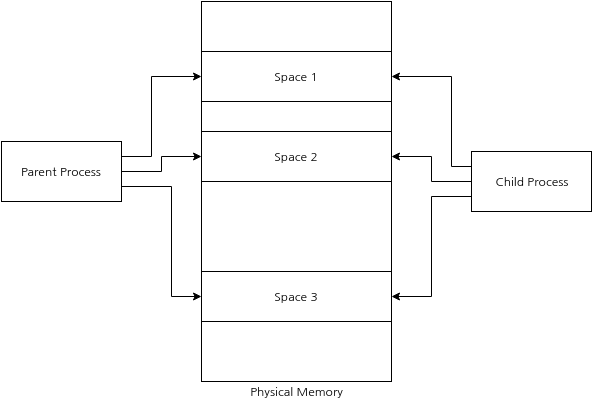
lsahn-gh/lsahn-gh.github.io keeps this draw.io diagram as imgs/cow01.png. Above is the earlier version. Source tidied: cells renumbered, new cells last; positions are measured from the earlier drawing's top-left corner, leaving out a move shared by most shapes. Source of this version:
```xml
<mxGraphModel background="#ffffff">
  <root>
    <mxCell id="0" />
    <mxCell id="1" parent="0" />
    <mxCell id="2" style="whiteSpace=wrap;html=1;rounded=0;verticalAlign=bottom;" parent="1" vertex="1">
      <mxGeometry x="200" width="190" height="380" as="geometry" />
    </mxCell>
    <mxCell id="3" value="Space 1" style="whiteSpace=wrap;html=1;rounded=0;" parent="1" vertex="1">
      <mxGeometry x="200" y="50" width="190" height="50" as="geometry" />
    </mxCell>
    <mxCell id="4" value="Space 2" style="whiteSpace=wrap;html=1;rounded=0;" parent="1" vertex="1">
      <mxGeometry x="200" y="130" width="190" height="50" as="geometry" />
    </mxCell>
    <mxCell id="5" value="Space 3" style="whiteSpace=wrap;html=1;rounded=0;" parent="1" vertex="1">
      <mxGeometry x="200" y="270" width="190" height="50" as="geometry" />
    </mxCell>
    <mxCell id="6" style="edgeStyle=orthogonalEdgeStyle;rounded=0;html=1;exitX=1;exitY=0.25;entryX=0;entryY=0.5;jettySize=auto;" parent="1" edge="1" source="9" target="3">
      <mxGeometry relative="1" as="geometry">
        <Array as="points">
          <mxPoint x="150" y="155" />
          <mxPoint x="150" y="75" />
        </Array>
      </mxGeometry>
    </mxCell>
    <mxCell id="7" style="edgeStyle=orthogonalEdgeStyle;rounded=0;html=1;exitX=1;exitY=0.5;entryX=0;entryY=0.5;jettySize=auto;" parent="1" edge="1" source="9" target="4">
      <mxGeometry relative="1" as="geometry">
        <Array as="points">
          <mxPoint x="160" y="170" />
          <mxPoint x="160" y="155" />
        </Array>
      </mxGeometry>
    </mxCell>
    <mxCell id="8" style="edgeStyle=orthogonalEdgeStyle;rounded=0;html=1;exitX=1;exitY=0.75;entryX=0;entryY=0.5;jettySize=auto;" parent="1" edge="1" source="9" target="5">
      <mxGeometry relative="1" as="geometry">
        <Array as="points">
          <mxPoint x="170" y="185" />
          <mxPoint x="170" y="295" />
        </Array>
      </mxGeometry>
    </mxCell>
    <mxCell id="9" value="Parent Process" style="rounded=0;whiteSpace=wrap;html=1;" parent="1" vertex="1">
      <mxGeometry y="140" width="120" height="60" as="geometry" />
    </mxCell>
    <mxCell id="10" style="edgeStyle=orthogonalEdgeStyle;rounded=0;html=1;exitX=0;exitY=0.25;entryX=1;entryY=0.5;jettySize=auto;" parent="1" edge="1" source="13" target="3">
      <mxGeometry relative="1" as="geometry">
        <Array as="points">
          <mxPoint x="450" y="165" />
          <mxPoint x="450" y="75" />
        </Array>
      </mxGeometry>
    </mxCell>
    <mxCell id="11" style="edgeStyle=orthogonalEdgeStyle;rounded=0;html=1;exitX=0;exitY=0.5;entryX=1;entryY=0.5;jettySize=auto;" parent="1" edge="1" source="13" target="4">
      <mxGeometry relative="1" as="geometry" />
    </mxCell>
    <mxCell id="12" style="edgeStyle=orthogonalEdgeStyle;rounded=0;html=1;exitX=0;exitY=0.75;entryX=1;entryY=0.5;jettySize=auto;" parent="1" edge="1" source="13" target="5">
      <mxGeometry relative="1" as="geometry" />
    </mxCell>
    <mxCell id="13" value="Child Process" style="rounded=0;whiteSpace=wrap;html=1;" parent="1" vertex="1">
      <mxGeometry x="470" y="150" width="120" height="60" as="geometry" />
    </mxCell>
    <mxCell id="14" value="Physical Memory" style="text;html=1;strokeColor=none;fillColor=none;align=center;verticalAlign=middle;whiteSpace=wrap;overflow=hidden;rounded=0;" parent="1" vertex="1">
      <mxGeometry x="240" y="380" width="110" height="20" as="geometry" />
    </mxCell>
  </root>
</mxGraphModel>
```
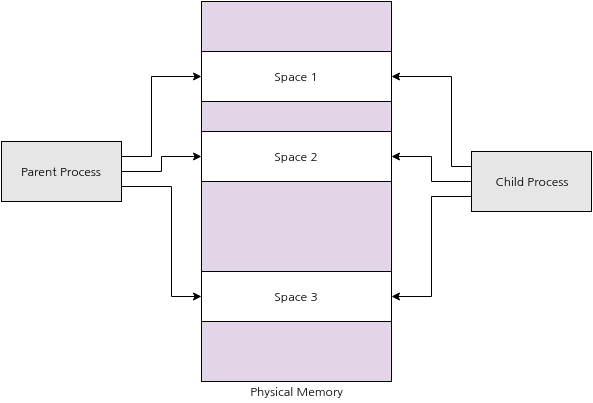
The same file after the commit.

Diff of the diagram source:
```diff
@@ -2,7 +2,7 @@
   <root>
     <mxCell id="0" />
     <mxCell id="1" parent="0" />
-    <mxCell id="2" style="whiteSpace=wrap;html=1;rounded=0;verticalAlign=bottom;" parent="1" vertex="1">
+    <mxCell id="2" style="whiteSpace=wrap;html=1;rounded=0;verticalAlign=bottom;fillColor=#E1D5E7;" parent="1" vertex="1">
       <mxGeometry x="200" width="190" height="380" as="geometry" />
     </mxCell>
     <mxCell id="3" value="Space 1" style="whiteSpace=wrap;html=1;rounded=0;" parent="1" vertex="1">
@@ -38,7 +38,7 @@
         </Array>
       </mxGeometry>
     </mxCell>
-    <mxCell id="9" value="Parent Process" style="rounded=0;whiteSpace=wrap;html=1;" parent="1" vertex="1">
+    <mxCell id="9" value="Parent Process" style="rounded=0;whiteSpace=wrap;html=1;fillColor=#E6E6E6;" parent="1" vertex="1">
       <mxGeometry y="140" width="120" height="60" as="geometry" />
     </mxCell>
     <mxCell id="10" style="edgeStyle=orthogonalEdgeStyle;rounded=0;html=1;exitX=0;exitY=0.25;entryX=1;entryY=0.5;jettySize=auto;" parent="1" edge="1" source="13" target="3">
@@ -52,10 +52,15 @@
     <mxCell id="11" style="edgeStyle=orthogonalEdgeStyle;rounded=0;html=1;exitX=0;exitY=0.5;entryX=1;entryY=0.5;jettySize=auto;" parent="1" edge="1" source="13" target="4">
       <mxGeometry relative="1" as="geometry" />
     </mxCell>
-    <mxCell id="12" style="edgeStyle=orthogonalEdgeStyle;rounded=0;html=1;exitX=0;exitY=0.75;entryX=1;entryY=0.5;jettySize=auto;" parent="1" edge="1" source="13" target="5">
-      <mxGeometry relative="1" as="geometry" />
+    <mxCell id="12" style="edgeStyle=orthogonalEdgeStyle;rounded=0;html=1;exitX=0;exitY=0.75;jettySize=auto;entryX=1;entryY=0.5;" parent="1" edge="1" source="13" target="5">
+      <mxGeometry relative="1" as="geometry">
+        <Array as="points">
+          <mxPoint x="430" y="195" />
+          <mxPoint x="430" y="295" />
+        </Array>
+      </mxGeometry>
     </mxCell>
-    <mxCell id="13" value="Child Process" style="rounded=0;whiteSpace=wrap;html=1;" parent="1" vertex="1">
+    <mxCell id="13" value="Child Process" style="rounded=0;whiteSpace=wrap;html=1;fillColor=#E6E6E6;" parent="1" vertex="1">
       <mxGeometry x="470" y="150" width="120" height="60" as="geometry" />
     </mxCell>
     <mxCell id="14" value="Physical Memory" style="text;html=1;strokeColor=none;fillColor=none;align=center;verticalAlign=middle;whiteSpace=wrap;overflow=hidden;rounded=0;" parent="1" vertex="1">
```
